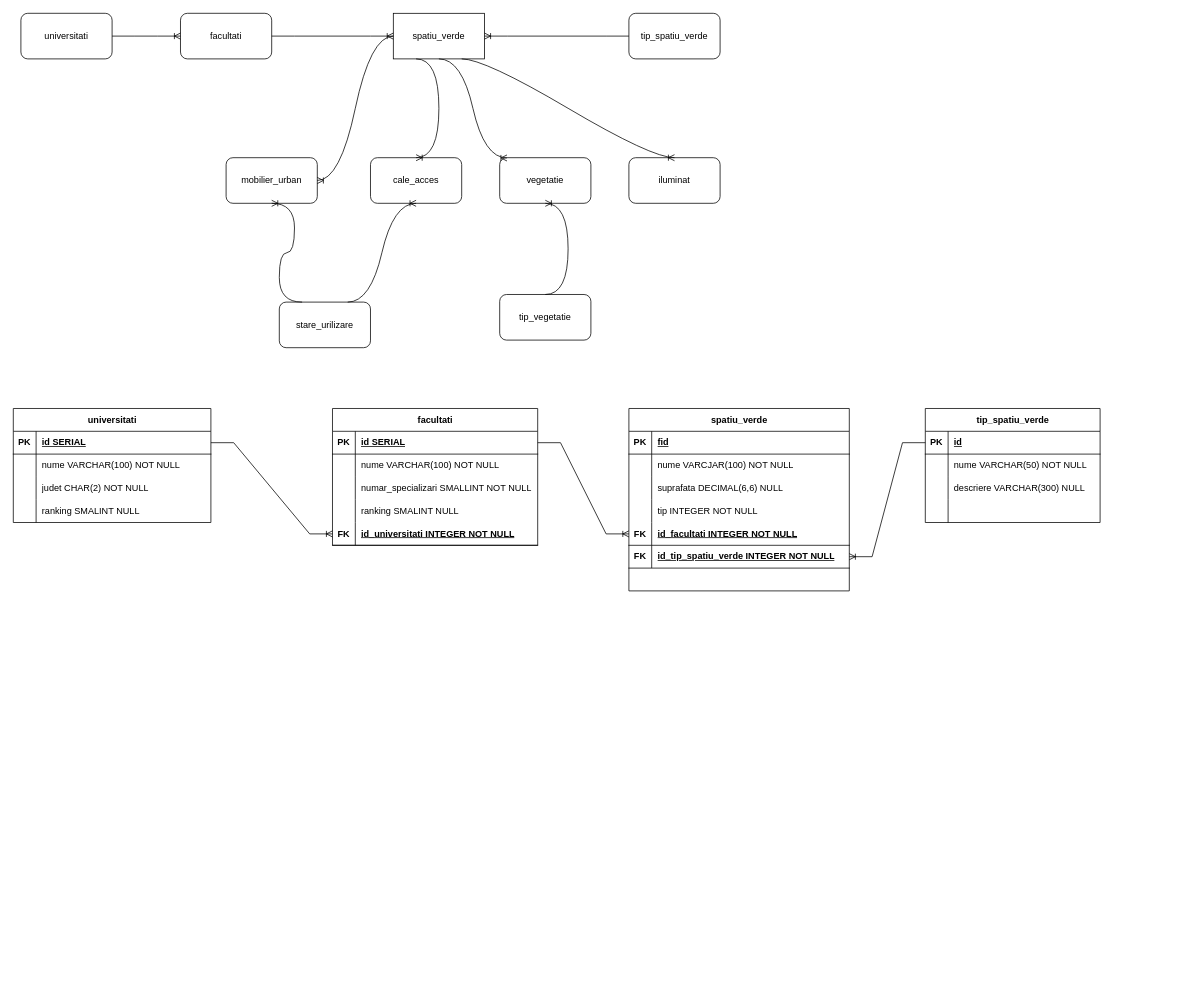
Above: db.drawio in alexandrucostinas/sem2_alex (draw.io), before the change. Source tidied: cells renumbered, new cells numbered last; positions are measured from the earlier drawing's top-left corner, leaving out a move shared by most shapes. Both pictures are drawn from the tidied source at 76%, with x=0, y=0 at pixel (13, 13).
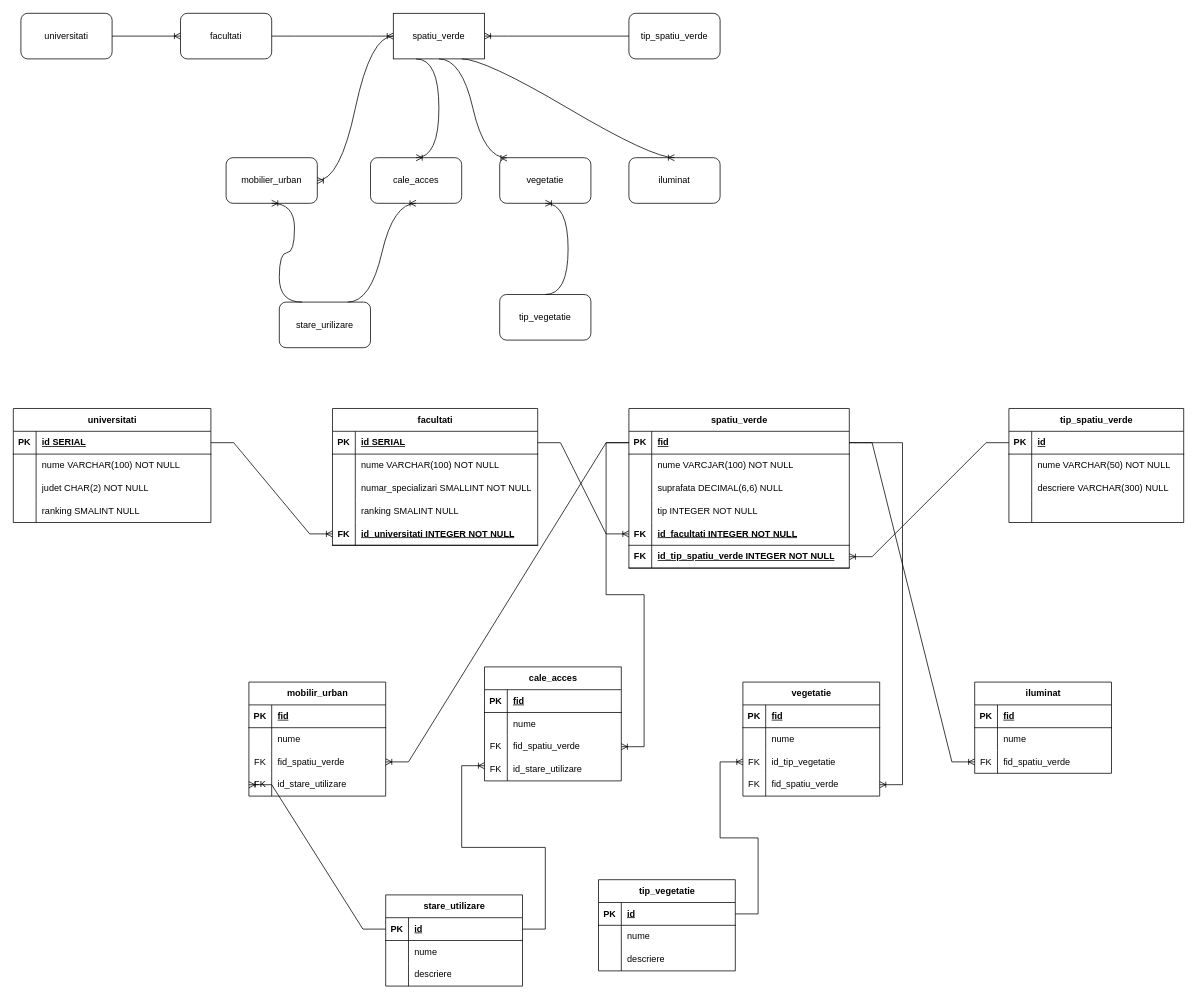
Above is the later version.

The change refers to these unchanged cells:
```xml
<mxCell id="51" style="shape=tableRow;horizontal=0;startSize=0;swimlaneHead=0;swimlaneBody=0;fillColor=none;points=[[0,0.5],[1,0.5]];portConstraint=eastwest;top=0;left=0;right=0;bottom=1;" parent="50" vertex="1">
  <mxGeometry y="30" width="290" height="30" as="geometry" />
</mxCell>
```

The edit, as a diff of the source:
```diff
@@
     <mxCell id="50" value="spatiu_verde" style="shape=table;startSize=30;childLayout=tableLayout;rowLines=0;fontStyle=1;align=center;html=1;" parent="1" vertex="1">
-      <mxGeometry x="810" y="520" width="290" height="240" as="geometry" />
+      <mxGeometry x="810" y="520" width="290" height="210" as="geometry" />
     </mxCell>
@@
     <mxCell id="72" value="tip_spatiu_verde" style="shape=table;startSize=30;childLayout=tableLayout;rowLines=0;fontStyle=1;align=center;html=1;" parent="1" vertex="1">
-      <mxGeometry x="1200" y="520" width="230" height="150" as="geometry" />
+      <mxGeometry x="1310" y="520" width="230" height="150" as="geometry" />
     </mxCell>
@@
+    <mxCell id="86" value="mobilir_urban" style="shape=table;startSize=30;childLayout=tableLayout;rowLines=0;fontStyle=1;align=center;html=1;" parent="1" vertex="1">
+      <mxGeometry x="310" y="880" width="180" height="150" as="geometry" />
+    </mxCell>
+    <mxCell id="87" style="shape=tableRow;horizontal=0;startSize=0;swimlaneHead=0;swimlaneBody=0;fillColor=none;top=0;left=0;right=0;bottom=1;" parent="86" vertex="1">
+      <mxGeometry y="30" width="180" height="30" as="geometry" />
+    </mxCell>
+    <mxCell id="88" value="PK" style="shape=partialRectangle;fillColor=none;top=0;left=0;bottom=0;right=0;fontStyle=1;overflow=hidden;whiteSpace=wrap;html=1;" parent="87" vertex="1">
+      <mxGeometry width="30" height="30" as="geometry" />
+    </mxCell>
+    <mxCell id="89" value="fid" style="shape=partialRectangle;fillColor=none;top=0;left=0;bottom=0;right=0;align=left;spacingLeft=6;fontStyle=5;overflow=hidden;whiteSpace=wrap;html=1;" parent="87" vertex="1">
+      <mxGeometry x="30" width="150" height="30" as="geometry" />
+    </mxCell>
+    <mxCell id="90" style="shape=tableRow;horizontal=0;startSize=0;swimlaneHead=0;swimlaneBody=0;fillColor=none;top=0;left=0;right=0;bottom=0;" parent="86" vertex="1">
+      <mxGeometry y="60" width="180" height="30" as="geometry" />
+    </mxCell>
+    <mxCell id="91" style="shape=partialRectangle;fillColor=none;top=0;left=0;bottom=0;right=0;overflow=hidden;whiteSpace=wrap;html=1;" parent="90" vertex="1">
+      <mxGeometry width="30" height="30" as="geometry" />
+    </mxCell>
+    <mxCell id="92" value="nume" style="shape=partialRectangle;fillColor=none;top=0;left=0;bottom=0;right=0;align=left;spacingLeft=6;overflow=hidden;whiteSpace=wrap;html=1;" parent="90" vertex="1">
+      <mxGeometry x="30" width="150" height="30" as="geometry" />
+    </mxCell>
+    <mxCell id="93" style="shape=tableRow;horizontal=0;startSize=0;swimlaneHead=0;swimlaneBody=0;fillColor=none;points=[[0,0.5],[1,0.5]];portConstraint=eastwest;top=0;left=0;right=0;bottom=0;" parent="86" vertex="1">
+      <mxGeometry y="90" width="180" height="30" as="geometry" />
+    </mxCell>
+    <mxCell id="94" value="FK" style="shape=partialRectangle;fillColor=none;top=0;left=0;bottom=0;right=0;overflow=hidden;whiteSpace=wrap;html=1;" parent="93" vertex="1">
+      <mxGeometry width="30" height="30" as="geometry" />
+    </mxCell>
+    <mxCell id="95" value="fid_spatiu_verde" style="shape=partialRectangle;fillColor=none;top=0;left=0;bottom=0;right=0;align=left;spacingLeft=6;overflow=hidden;whiteSpace=wrap;html=1;" parent="93" vertex="1">
+      <mxGeometry x="30" width="150" height="30" as="geometry" />
+    </mxCell>
+    <mxCell id="96" style="shape=tableRow;horizontal=0;startSize=0;swimlaneHead=0;swimlaneBody=0;fillColor=none;points=[[0,0.5],[1,0.5]];portConstraint=eastwest;top=0;left=0;right=0;bottom=0;" parent="86" vertex="1">
+      <mxGeometry y="120" width="180" height="30" as="geometry" />
+    </mxCell>
+    <mxCell id="97" value="FK" style="shape=partialRectangle;fillColor=none;top=0;left=0;bottom=0;right=0;overflow=hidden;whiteSpace=wrap;html=1;" parent="96" vertex="1">
+      <mxGeometry width="30" height="30" as="geometry" />
+    </mxCell>
+    <mxCell id="98" value="id_stare_utilizare" style="shape=partialRectangle;fillColor=none;top=0;left=0;bottom=0;right=0;align=left;spacingLeft=6;overflow=hidden;whiteSpace=wrap;html=1;" parent="96" vertex="1">
+      <mxGeometry x="30" width="150" height="30" as="geometry" />
+    </mxCell>
+    <mxCell id="99" value="cale_acces" style="shape=table;startSize=30;childLayout=tableLayout;rowLines=0;fontStyle=1;align=center;html=1;" parent="1" vertex="1">
+      <mxGeometry x="620" y="860" width="180" height="150" as="geometry" />
+    </mxCell>
+    <mxCell id="100" style="shape=tableRow;horizontal=0;startSize=0;swimlaneHead=0;swimlaneBody=0;fillColor=none;top=0;left=0;right=0;bottom=1;" parent="99" vertex="1">
+      <mxGeometry y="30" width="180" height="30" as="geometry" />
+    </mxCell>
+    <mxCell id="101" value="PK" style="shape=partialRectangle;fillColor=none;top=0;left=0;bottom=0;right=0;fontStyle=1;overflow=hidden;whiteSpace=wrap;html=1;" parent="100" vertex="1">
+      <mxGeometry width="30" height="30" as="geometry" />
+    </mxCell>
+    <mxCell id="102" value="fid" style="shape=partialRectangle;fillColor=none;top=0;left=0;bottom=0;right=0;align=left;spacingLeft=6;fontStyle=5;overflow=hidden;whiteSpace=wrap;html=1;" parent="100" vertex="1">
+      <mxGeometry x="30" width="150" height="30" as="geometry" />
+    </mxCell>
+    <mxCell id="103" style="shape=tableRow;horizontal=0;startSize=0;swimlaneHead=0;swimlaneBody=0;fillColor=none;top=0;left=0;right=0;bottom=0;" parent="99" vertex="1">
+      <mxGeometry y="60" width="180" height="30" as="geometry" />
+    </mxCell>
+    <mxCell id="104" style="shape=partialRectangle;fillColor=none;top=0;left=0;bottom=0;right=0;overflow=hidden;whiteSpace=wrap;html=1;" parent="103" vertex="1">
+      <mxGeometry width="30" height="30" as="geometry" />
+    </mxCell>
+    <mxCell id="105" value="nume" style="shape=partialRectangle;fillColor=none;top=0;left=0;bottom=0;right=0;align=left;spacingLeft=6;overflow=hidden;whiteSpace=wrap;html=1;" parent="103" vertex="1">
+      <mxGeometry x="30" width="150" height="30" as="geometry" />
+    </mxCell>
+    <mxCell id="106" style="shape=tableRow;horizontal=0;startSize=0;swimlaneHead=0;swimlaneBody=0;fillColor=none;points=[[0,0.5],[1,0.5]];portConstraint=eastwest;top=0;left=0;right=0;bottom=0;" parent="99" vertex="1">
+      <mxGeometry y="90" width="180" height="30" as="geometry" />
+    </mxCell>
+    <mxCell id="107" value="FK" style="shape=partialRectangle;fillColor=none;top=0;left=0;bottom=0;right=0;overflow=hidden;whiteSpace=wrap;html=1;" parent="106" vertex="1">
+      <mxGeometry width="30" height="30" as="geometry" />
+    </mxCell>
+    <mxCell id="108" value="fid_spatiu_verde" style="shape=partialRectangle;fillColor=none;top=0;left=0;bottom=0;right=0;align=left;spacingLeft=6;overflow=hidden;whiteSpace=wrap;html=1;" parent="106" vertex="1">
+      <mxGeometry x="30" width="150" height="30" as="geometry" />
+    </mxCell>
+    <mxCell id="109" style="shape=tableRow;horizontal=0;startSize=0;swimlaneHead=0;swimlaneBody=0;fillColor=none;top=0;left=0;right=0;bottom=0;" parent="99" vertex="1">
+      <mxGeometry y="120" width="180" height="30" as="geometry" />
+    </mxCell>
+    <mxCell id="110" value="FK" style="shape=partialRectangle;fillColor=none;top=0;left=0;bottom=0;right=0;overflow=hidden;whiteSpace=wrap;html=1;" parent="109" vertex="1">
+      <mxGeometry width="30" height="30" as="geometry" />
+    </mxCell>
+    <mxCell id="111" value="id_stare_utilizare" style="shape=partialRectangle;fillColor=none;top=0;left=0;bottom=0;right=0;align=left;spacingLeft=6;overflow=hidden;whiteSpace=wrap;html=1;" parent="109" vertex="1">
+      <mxGeometry x="30" width="150" height="30" as="geometry" />
+    </mxCell>
+    <mxCell id="112" value="vegetatie" style="shape=table;startSize=30;childLayout=tableLayout;rowLines=0;fontStyle=1;align=center;html=1;" parent="1" vertex="1">
+      <mxGeometry x="960" y="880" width="180" height="150" as="geometry" />
+    </mxCell>
+    <mxCell id="113" style="shape=tableRow;horizontal=0;startSize=0;swimlaneHead=0;swimlaneBody=0;fillColor=none;top=0;left=0;right=0;bottom=1;" parent="112" vertex="1">
+      <mxGeometry y="30" width="180" height="30" as="geometry" />
+    </mxCell>
+    <mxCell id="114" value="PK" style="shape=partialRectangle;fillColor=none;top=0;left=0;bottom=0;right=0;fontStyle=1;overflow=hidden;whiteSpace=wrap;html=1;" parent="113" vertex="1">
+      <mxGeometry width="30" height="30" as="geometry" />
+    </mxCell>
+    <mxCell id="115" value="fid" style="shape=partialRectangle;fillColor=none;top=0;left=0;bottom=0;right=0;align=left;spacingLeft=6;fontStyle=5;overflow=hidden;whiteSpace=wrap;html=1;" parent="113" vertex="1">
+      <mxGeometry x="30" width="150" height="30" as="geometry" />
+    </mxCell>
+    <mxCell id="116" style="shape=tableRow;horizontal=0;startSize=0;swimlaneHead=0;swimlaneBody=0;fillColor=none;top=0;left=0;right=0;bottom=0;" parent="112" vertex="1">
+      <mxGeometry y="60" width="180" height="30" as="geometry" />
+    </mxCell>
+    <mxCell id="117" style="shape=partialRectangle;fillColor=none;top=0;left=0;bottom=0;right=0;overflow=hidden;whiteSpace=wrap;html=1;" parent="116" vertex="1">
+      <mxGeometry width="30" height="30" as="geometry" />
+    </mxCell>
+    <mxCell id="118" value="nume" style="shape=partialRectangle;fillColor=none;top=0;left=0;bottom=0;right=0;align=left;spacingLeft=6;overflow=hidden;whiteSpace=wrap;html=1;" parent="116" vertex="1">
+      <mxGeometry x="30" width="150" height="30" as="geometry" />
+    </mxCell>
+    <mxCell id="119" style="shape=tableRow;horizontal=0;startSize=0;swimlaneHead=0;swimlaneBody=0;fillColor=none;points=[[0,0.5],[1,0.5]];portConstraint=eastwest;top=0;left=0;right=0;bottom=0;" parent="112" vertex="1">
+      <mxGeometry y="90" width="180" height="30" as="geometry" />
+    </mxCell>
+    <mxCell id="120" value="FK" style="shape=partialRectangle;fillColor=none;top=0;left=0;bottom=0;right=0;overflow=hidden;whiteSpace=wrap;html=1;" parent="119" vertex="1">
+      <mxGeometry width="30" height="30" as="geometry" />
+    </mxCell>
+    <mxCell id="121" value="id_tip_vegetatie" style="shape=partialRectangle;fillColor=none;top=0;left=0;bottom=0;right=0;align=left;spacingLeft=6;overflow=hidden;whiteSpace=wrap;html=1;" parent="119" vertex="1">
+      <mxGeometry x="30" width="150" height="30" as="geometry" />
+    </mxCell>
+    <mxCell id="122" style="shape=tableRow;horizontal=0;startSize=0;swimlaneHead=0;swimlaneBody=0;fillColor=none;points=[[0,0.5],[1,0.5]];portConstraint=eastwest;top=0;left=0;right=0;bottom=0;" parent="112" vertex="1">
+      <mxGeometry y="120" width="180" height="30" as="geometry" />
+    </mxCell>
+    <mxCell id="123" value="FK" style="shape=partialRectangle;fillColor=none;top=0;left=0;bottom=0;right=0;overflow=hidden;whiteSpace=wrap;html=1;" parent="122" vertex="1">
+      <mxGeometry width="30" height="30" as="geometry" />
+    </mxCell>
+    <mxCell id="124" value="fid_spatiu_verde" style="shape=partialRectangle;fillColor=none;top=0;left=0;bottom=0;right=0;align=left;spacingLeft=6;overflow=hidden;whiteSpace=wrap;html=1;" parent="122" vertex="1">
+      <mxGeometry x="30" width="150" height="30" as="geometry" />
+    </mxCell>
+    <mxCell id="125" value="iluminat" style="shape=table;startSize=30;childLayout=tableLayout;rowLines=0;fontStyle=1;align=center;html=1;" parent="1" vertex="1">
+      <mxGeometry x="1265" y="880" width="180" height="120" as="geometry" />
+    </mxCell>
+    <mxCell id="126" style="shape=tableRow;horizontal=0;startSize=0;swimlaneHead=0;swimlaneBody=0;fillColor=none;top=0;left=0;right=0;bottom=1;" parent="125" vertex="1">
+      <mxGeometry y="30" width="180" height="30" as="geometry" />
+    </mxCell>
+    <mxCell id="127" value="PK" style="shape=partialRectangle;fillColor=none;top=0;left=0;bottom=0;right=0;fontStyle=1;overflow=hidden;whiteSpace=wrap;html=1;" parent="126" vertex="1">
+      <mxGeometry width="30" height="30" as="geometry" />
+    </mxCell>
+    <mxCell id="128" value="fid" style="shape=partialRectangle;fillColor=none;top=0;left=0;bottom=0;right=0;align=left;spacingLeft=6;fontStyle=5;overflow=hidden;whiteSpace=wrap;html=1;" parent="126" vertex="1">
+      <mxGeometry x="30" width="150" height="30" as="geometry" />
+    </mxCell>
+    <mxCell id="129" style="shape=tableRow;horizontal=0;startSize=0;swimlaneHead=0;swimlaneBody=0;fillColor=none;top=0;left=0;right=0;bottom=0;" parent="125" vertex="1">
+      <mxGeometry y="60" width="180" height="30" as="geometry" />
+    </mxCell>
+    <mxCell id="130" style="shape=partialRectangle;fillColor=none;top=0;left=0;bottom=0;right=0;overflow=hidden;whiteSpace=wrap;html=1;" parent="129" vertex="1">
+      <mxGeometry width="30" height="30" as="geometry" />
+    </mxCell>
+    <mxCell id="131" value="nume" style="shape=partialRectangle;fillColor=none;top=0;left=0;bottom=0;right=0;align=left;spacingLeft=6;overflow=hidden;whiteSpace=wrap;html=1;" parent="129" vertex="1">
+      <mxGeometry x="30" width="150" height="30" as="geometry" />
+    </mxCell>
+    <mxCell id="132" style="shape=tableRow;horizontal=0;startSize=0;swimlaneHead=0;swimlaneBody=0;fillColor=none;points=[[0,0.5],[1,0.5]];portConstraint=eastwest;top=0;left=0;right=0;bottom=0;" parent="125" vertex="1">
+      <mxGeometry y="90" width="180" height="30" as="geometry" />
+    </mxCell>
+    <mxCell id="133" value="FK" style="shape=partialRectangle;fillColor=none;top=0;left=0;bottom=0;right=0;overflow=hidden;whiteSpace=wrap;html=1;" parent="132" vertex="1">
+      <mxGeometry width="30" height="30" as="geometry" />
+    </mxCell>
+    <mxCell id="134" value="fid_spatiu_verde" style="shape=partialRectangle;fillColor=none;top=0;left=0;bottom=0;right=0;align=left;spacingLeft=6;overflow=hidden;whiteSpace=wrap;html=1;" parent="132" vertex="1">
+      <mxGeometry x="30" width="150" height="30" as="geometry" />
+    </mxCell>
+    <mxCell id="135" value="stare_utilizare" style="shape=table;startSize=30;childLayout=tableLayout;rowLines=0;fontStyle=1;align=center;html=1;" parent="1" vertex="1">
+      <mxGeometry x="490" y="1160" width="180" height="120" as="geometry" />
+    </mxCell>
+    <mxCell id="136" style="shape=tableRow;horizontal=0;startSize=0;swimlaneHead=0;swimlaneBody=0;fillColor=none;points=[[0,0.5],[1,0.5]];portConstraint=eastwest;top=0;left=0;right=0;bottom=1;" parent="135" vertex="1">
+      <mxGeometry y="30" width="180" height="30" as="geometry" />
+    </mxCell>
+    <mxCell id="137" value="PK" style="shape=partialRectangle;fillColor=none;top=0;left=0;bottom=0;right=0;fontStyle=1;overflow=hidden;whiteSpace=wrap;html=1;" parent="136" vertex="1">
+      <mxGeometry width="30" height="30" as="geometry" />
+    </mxCell>
+    <mxCell id="138" value="id" style="shape=partialRectangle;fillColor=none;top=0;left=0;bottom=0;right=0;align=left;spacingLeft=6;fontStyle=5;overflow=hidden;whiteSpace=wrap;html=1;" parent="136" vertex="1">
+      <mxGeometry x="30" width="150" height="30" as="geometry" />
+    </mxCell>
+    <mxCell id="139" style="shape=tableRow;horizontal=0;startSize=0;swimlaneHead=0;swimlaneBody=0;fillColor=none;top=0;left=0;right=0;bottom=0;" parent="135" vertex="1">
+      <mxGeometry y="60" width="180" height="30" as="geometry" />
+    </mxCell>
+    <mxCell id="140" style="shape=partialRectangle;fillColor=none;top=0;left=0;bottom=0;right=0;overflow=hidden;whiteSpace=wrap;html=1;" parent="139" vertex="1">
+      <mxGeometry width="30" height="30" as="geometry" />
+    </mxCell>
+    <mxCell id="141" value="nume" style="shape=partialRectangle;fillColor=none;top=0;left=0;bottom=0;right=0;align=left;spacingLeft=6;overflow=hidden;whiteSpace=wrap;html=1;" parent="139" vertex="1">
+      <mxGeometry x="30" width="150" height="30" as="geometry" />
+    </mxCell>
+    <mxCell id="142" style="shape=tableRow;horizontal=0;startSize=0;swimlaneHead=0;swimlaneBody=0;fillColor=none;top=0;left=0;right=0;bottom=0;" parent="135" vertex="1">
+      <mxGeometry y="90" width="180" height="30" as="geometry" />
+    </mxCell>
+    <mxCell id="143" style="shape=partialRectangle;fillColor=none;top=0;left=0;bottom=0;right=0;overflow=hidden;whiteSpace=wrap;html=1;" parent="142" vertex="1">
+      <mxGeometry width="30" height="30" as="geometry" />
+    </mxCell>
+    <mxCell id="144" value="descriere" style="shape=partialRectangle;fillColor=none;top=0;left=0;bottom=0;right=0;align=left;spacingLeft=6;overflow=hidden;whiteSpace=wrap;html=1;" parent="142" vertex="1">
+      <mxGeometry x="30" width="150" height="30" as="geometry" />
+    </mxCell>
+    <mxCell id="145" value="tip_vegetatie" style="shape=table;startSize=30;childLayout=tableLayout;rowLines=0;fontStyle=1;align=center;html=1;" parent="1" vertex="1">
+      <mxGeometry x="770" y="1140" width="180" height="120" as="geometry" />
+    </mxCell>
+    <mxCell id="146" style="shape=tableRow;horizontal=0;startSize=0;swimlaneHead=0;swimlaneBody=0;fillColor=none;points=[[0,0.5],[1,0.5]];portConstraint=eastwest;top=0;left=0;right=0;bottom=1;" parent="145" vertex="1">
+      <mxGeometry y="30" width="180" height="30" as="geometry" />
+    </mxCell>
+    <mxCell id="147" value="PK" style="shape=partialRectangle;fillColor=none;top=0;left=0;bottom=0;right=0;fontStyle=1;overflow=hidden;whiteSpace=wrap;html=1;" parent="146" vertex="1">
+      <mxGeometry width="30" height="30" as="geometry" />
+    </mxCell>
+    <mxCell id="148" value="id" style="shape=partialRectangle;fillColor=none;top=0;left=0;bottom=0;right=0;align=left;spacingLeft=6;fontStyle=5;overflow=hidden;whiteSpace=wrap;html=1;" parent="146" vertex="1">
+      <mxGeometry x="30" width="150" height="30" as="geometry" />
+    </mxCell>
+    <mxCell id="149" style="shape=tableRow;horizontal=0;startSize=0;swimlaneHead=0;swimlaneBody=0;fillColor=none;top=0;left=0;right=0;bottom=0;" parent="145" vertex="1">
+      <mxGeometry y="60" width="180" height="30" as="geometry" />
+    </mxCell>
+    <mxCell id="150" style="shape=partialRectangle;fillColor=none;top=0;left=0;bottom=0;right=0;overflow=hidden;whiteSpace=wrap;html=1;" parent="149" vertex="1">
+      <mxGeometry width="30" height="30" as="geometry" />
+    </mxCell>
+    <mxCell id="151" value="nume" style="shape=partialRectangle;fillColor=none;top=0;left=0;bottom=0;right=0;align=left;spacingLeft=6;overflow=hidden;whiteSpace=wrap;html=1;" parent="149" vertex="1">
+      <mxGeometry x="30" width="150" height="30" as="geometry" />
+    </mxCell>
+    <mxCell id="152" style="shape=tableRow;horizontal=0;startSize=0;swimlaneHead=0;swimlaneBody=0;fillColor=none;top=0;left=0;right=0;bottom=0;" parent="145" vertex="1">
+      <mxGeometry y="90" width="180" height="30" as="geometry" />
+    </mxCell>
+    <mxCell id="153" style="shape=partialRectangle;fillColor=none;top=0;left=0;bottom=0;right=0;overflow=hidden;whiteSpace=wrap;html=1;" parent="152" vertex="1">
+      <mxGeometry width="30" height="30" as="geometry" />
+    </mxCell>
+    <mxCell id="154" value="descriere" style="shape=partialRectangle;fillColor=none;top=0;left=0;bottom=0;right=0;align=left;spacingLeft=6;overflow=hidden;whiteSpace=wrap;html=1;" parent="152" vertex="1">
+      <mxGeometry x="30" width="150" height="30" as="geometry" />
+    </mxCell>
+    <mxCell id="155" style="edgeStyle=entityRelationEdgeStyle;fontSize=12;html=1;endArrow=ERoneToMany;rounded=0;exitX=0;exitY=0.5;exitDx=0;exitDy=0;entryX=1;entryY=0.5;entryDx=0;entryDy=0;" parent="1" edge="1" source="51" target="93">
+      <mxGeometry relative="1" as="geometry" />
+    </mxCell>
+    <mxCell id="156" style="edgeStyle=entityRelationEdgeStyle;fontSize=12;html=1;endArrow=ERoneToMany;rounded=0;exitX=0;exitY=0.5;exitDx=0;exitDy=0;entryX=1;entryY=0.5;entryDx=0;entryDy=0;" parent="1" edge="1" source="51" target="106">
+      <mxGeometry relative="1" as="geometry">
+        <Array as="points">
+          <mxPoint x="690" y="780" />
+          <mxPoint x="540" y="770" />
+          <mxPoint x="580" y="780" />
+          <mxPoint x="650" y="770" />
+        </Array>
+      </mxGeometry>
+    </mxCell>
+    <mxCell id="157" style="edgeStyle=entityRelationEdgeStyle;fontSize=12;html=1;endArrow=ERoneToMany;rounded=0;exitX=1;exitY=0.5;exitDx=0;exitDy=0;" parent="1" edge="1" source="51" target="122">
+      <mxGeometry relative="1" as="geometry">
+        <Array as="points">
+          <mxPoint x="1180" y="680" />
+        </Array>
+      </mxGeometry>
+    </mxCell>
+    <mxCell id="158" style="edgeStyle=entityRelationEdgeStyle;fontSize=12;html=1;endArrow=ERoneToMany;rounded=0;exitX=1;exitY=0.5;exitDx=0;exitDy=0;entryX=0;entryY=0.5;entryDx=0;entryDy=0;" parent="1" edge="1" source="51" target="132">
+      <mxGeometry relative="1" as="geometry" />
+    </mxCell>
+    <mxCell id="159" style="edgeStyle=entityRelationEdgeStyle;fontSize=12;html=1;endArrow=ERoneToMany;rounded=0;exitX=1;exitY=0.5;exitDx=0;exitDy=0;entryX=0;entryY=0.5;entryDx=0;entryDy=0;" parent="1" edge="1" source="146" target="119">
+      <mxGeometry relative="1" as="geometry" />
+    </mxCell>
+    <mxCell id="160" style="edgeStyle=entityRelationEdgeStyle;fontSize=12;html=1;endArrow=ERoneToMany;rounded=0;entryX=0;entryY=0.5;entryDx=0;entryDy=0;" parent="1" edge="1" source="136" target="96">
+      <mxGeometry relative="1" as="geometry">
+        <Array as="points">
+          <mxPoint x="560" y="1050" />
+        </Array>
+      </mxGeometry>
+    </mxCell>
+    <mxCell id="161" style="edgeStyle=entityRelationEdgeStyle;fontSize=12;html=1;endArrow=ERoneToMany;rounded=0;exitX=1;exitY=0.5;exitDx=0;exitDy=0;" parent="1" edge="1" source="136">
+      <mxGeometry relative="1" as="geometry">
+        <mxPoint x="620" y="990" as="targetPoint" />
+      </mxGeometry>
+    </mxCell>
```
